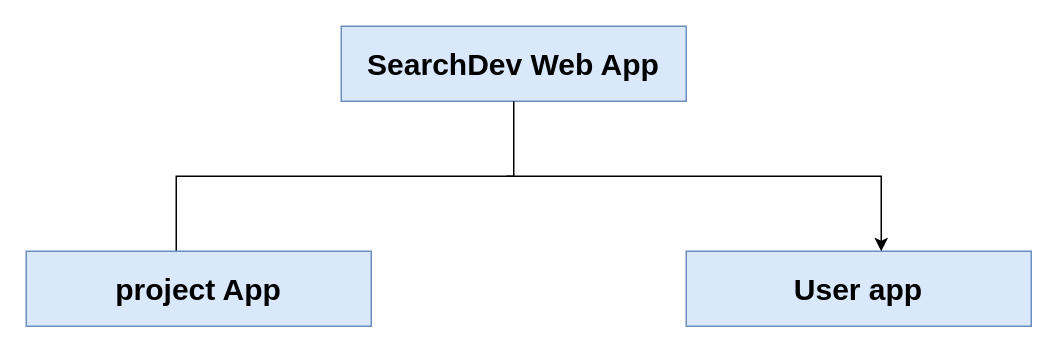
This is Django project shema.drawio from zakaria-bak/VAE-Velo-Assistance-Electrique--SysML-diagrams, a draw.io file, before an edit. Source tidied: cells renumbered, new cells numbered last; positions are measured from the earlier drawing's top-left corner, leaving out a move shared by most shapes. Both pictures are drawn from the tidied source at 150%, with x=0, y=0 at pixel (26, 26).
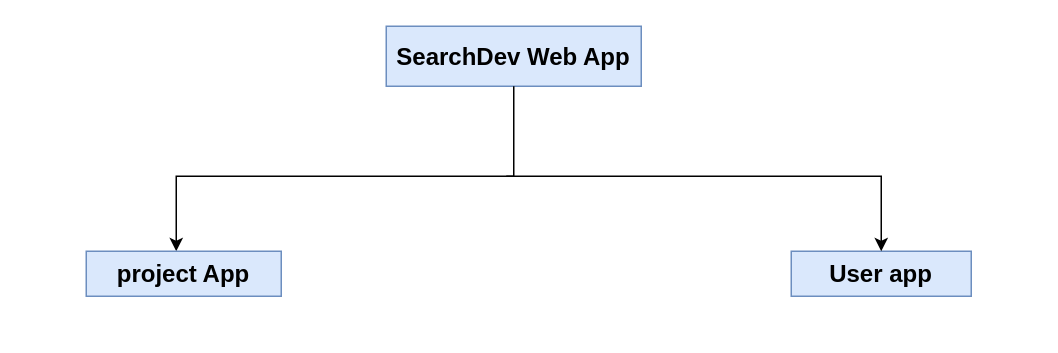
The same page after the edit.

Diff of the diagram source:
```diff
@@
 <mxGraphModel>
   <root>
     <mxCell id="0" />
     <mxCell id="1" parent="0" />
-    <mxCell id="2" value="&lt;b&gt;&lt;font style=&quot;font-size: 20px;&quot;&gt;SearchDev Web App&lt;/font&gt;&lt;/b&gt;" style="text;html=1;strokeColor=#6c8ebf;fillColor=#dae8fc;align=center;verticalAlign=middle;whiteSpace=wrap;rounded=0;glass=0;shadow=0;" parent="1" vertex="1">
-      <mxGeometry x="210" width="230" height="50" as="geometry" />
+    <mxCell id="2" value="&lt;b style=&quot;font-size: 16px;&quot;&gt;&lt;font style=&quot;font-size: 16px;&quot;&gt;SearchDev Web App&lt;/font&gt;&lt;/b&gt;" style="text;html=1;strokeColor=#6c8ebf;fillColor=#dae8fc;align=center;verticalAlign=middle;whiteSpace=wrap;rounded=0;glass=0;shadow=0;fontSize=16;" parent="1" vertex="1">
+      <mxGeometry x="240" width="170" height="40" as="geometry" />
     </mxCell>
     <mxCell id="3" style="endArrow=classic;html=1;rounded=0;fontSize=20;exitX=0.5;exitY=1;exitDx=0;exitDy=0;" parent="1" edge="1" source="2">
       <mxGeometry relative="1" as="geometry">
-        <mxPoint x="100" y="160" as="targetPoint" />
+        <mxPoint x="100" y="150" as="targetPoint" />
         <Array as="points">
           <mxPoint x="325" y="100" />
           <mxPoint x="100" y="100" />
         </Array>
       </mxGeometry>
     </mxCell>
-    <mxCell id="4" value="&lt;b&gt;&lt;font style=&quot;font-size: 20px;&quot;&gt;project App&lt;/font&gt;&lt;/b&gt;" style="text;html=1;strokeColor=#6c8ebf;fillColor=#dae8fc;align=center;verticalAlign=middle;whiteSpace=wrap;rounded=0;glass=0;shadow=0;" parent="1" vertex="1">
-      <mxGeometry y="150" width="230" height="50" as="geometry" />
+    <mxCell id="4" value="&lt;b style=&quot;font-size: 16px;&quot;&gt;&lt;font style=&quot;font-size: 16px;&quot;&gt;project App&lt;/font&gt;&lt;/b&gt;" style="text;html=1;strokeColor=#6c8ebf;fillColor=#dae8fc;align=center;verticalAlign=middle;whiteSpace=wrap;rounded=0;glass=0;shadow=0;fontSize=16;" parent="1" vertex="1">
+      <mxGeometry x="40" y="150" width="130" height="30" as="geometry" />
     </mxCell>
-    <mxCell id="5" value="&lt;b&gt;&lt;font style=&quot;font-size: 20px;&quot;&gt;User app&lt;/font&gt;&lt;/b&gt;" style="text;html=1;strokeColor=#6c8ebf;fillColor=#dae8fc;align=center;verticalAlign=middle;whiteSpace=wrap;rounded=0;glass=0;shadow=0;" parent="1" vertex="1">
-      <mxGeometry x="440" y="150" width="230" height="50" as="geometry" />
+    <mxCell id="5" value="&lt;b style=&quot;font-size: 16px;&quot;&gt;&lt;font style=&quot;font-size: 16px;&quot;&gt;User app&lt;/font&gt;&lt;/b&gt;" style="text;html=1;strokeColor=#6c8ebf;fillColor=#dae8fc;align=center;verticalAlign=middle;whiteSpace=wrap;rounded=0;glass=0;shadow=0;fontSize=16;" parent="1" vertex="1">
+      <mxGeometry x="510" y="150" width="120" height="30" as="geometry" />
     </mxCell>
     <mxCell id="6" style="endArrow=classic;html=1;rounded=0;fontSize=20;" parent="1" edge="1">
       <mxGeometry relative="1" as="geometry">
         <mxPoint x="320" y="100" as="sourcePoint" />
         <mxPoint x="570" y="150" as="targetPoint" />
         <Array as="points">
           <mxPoint x="570" y="100" />
         </Array>
       </mxGeometry>
     </mxCell>
   </root>
 </mxGraphModel>
```
